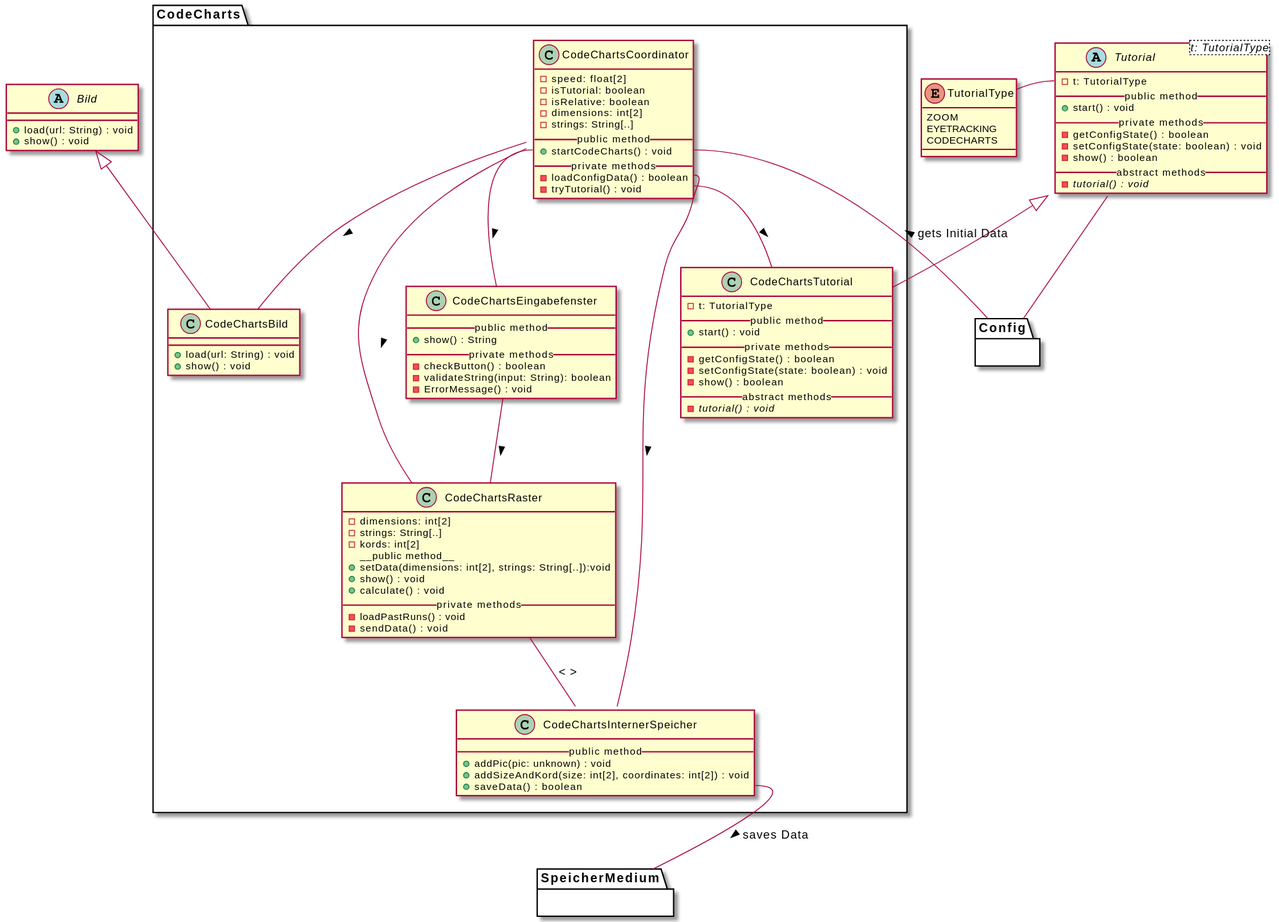
weichware10/meilensteine keeps this PlantUML diagram as meilenstein_03/uml-code_charts/uml-code_charts.svg. Above is the earlier version.
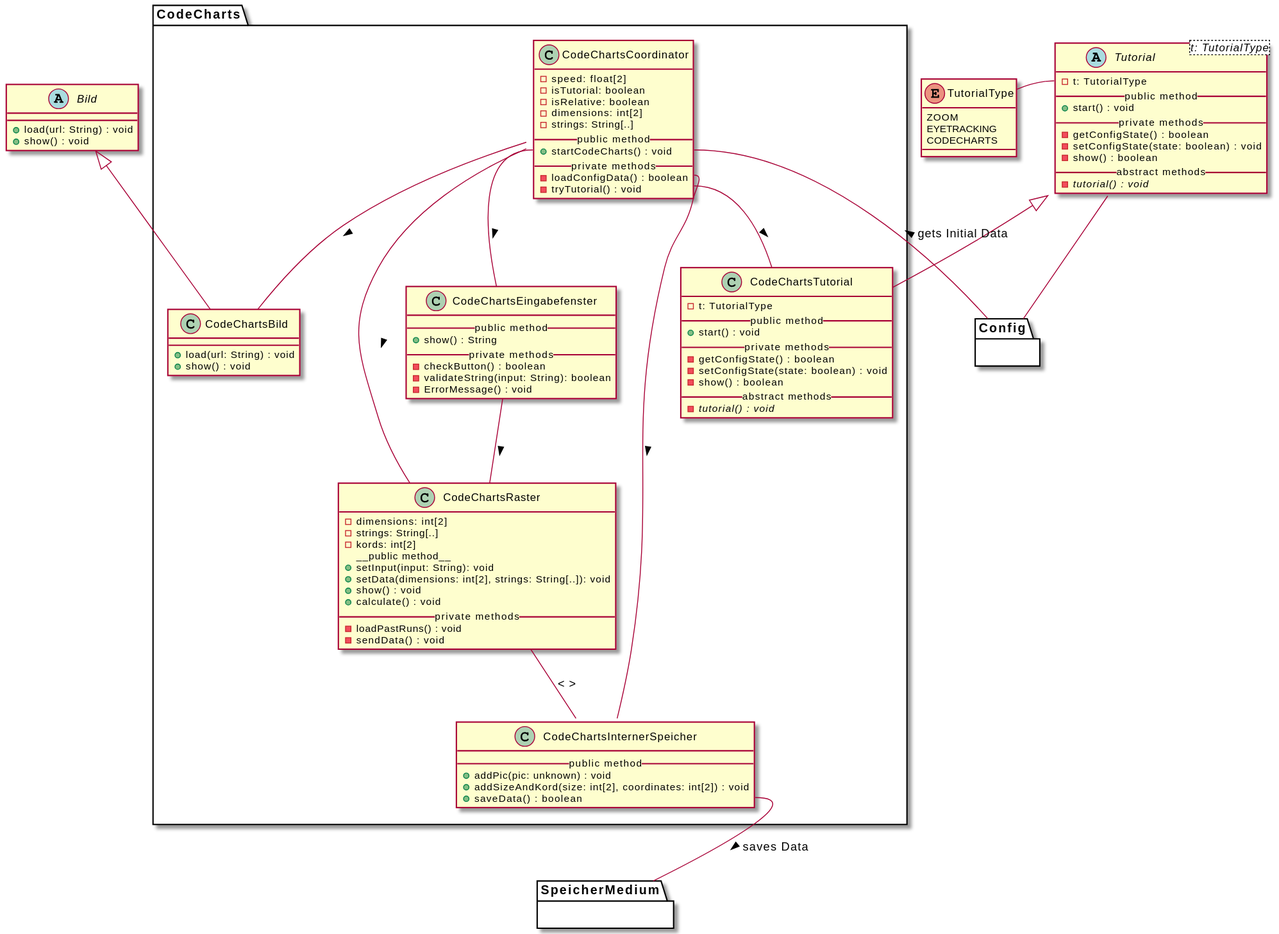
The same file after the commit.

Commit message:
Render PlantUML SVGs

Diff of the diagram source:
```diff
@@ -73,7 +73,8 @@
         - strings: String[..]
         - kords: int[2]
         __public method__
-        + setData(dimensions: int[2], strings: String[..]):void
+        + setInput(input: String): void
+        + setData(dimensions: int[2], strings: String[..]): void
         + show() : void
         + calculate() : void
         __private methods__
```
